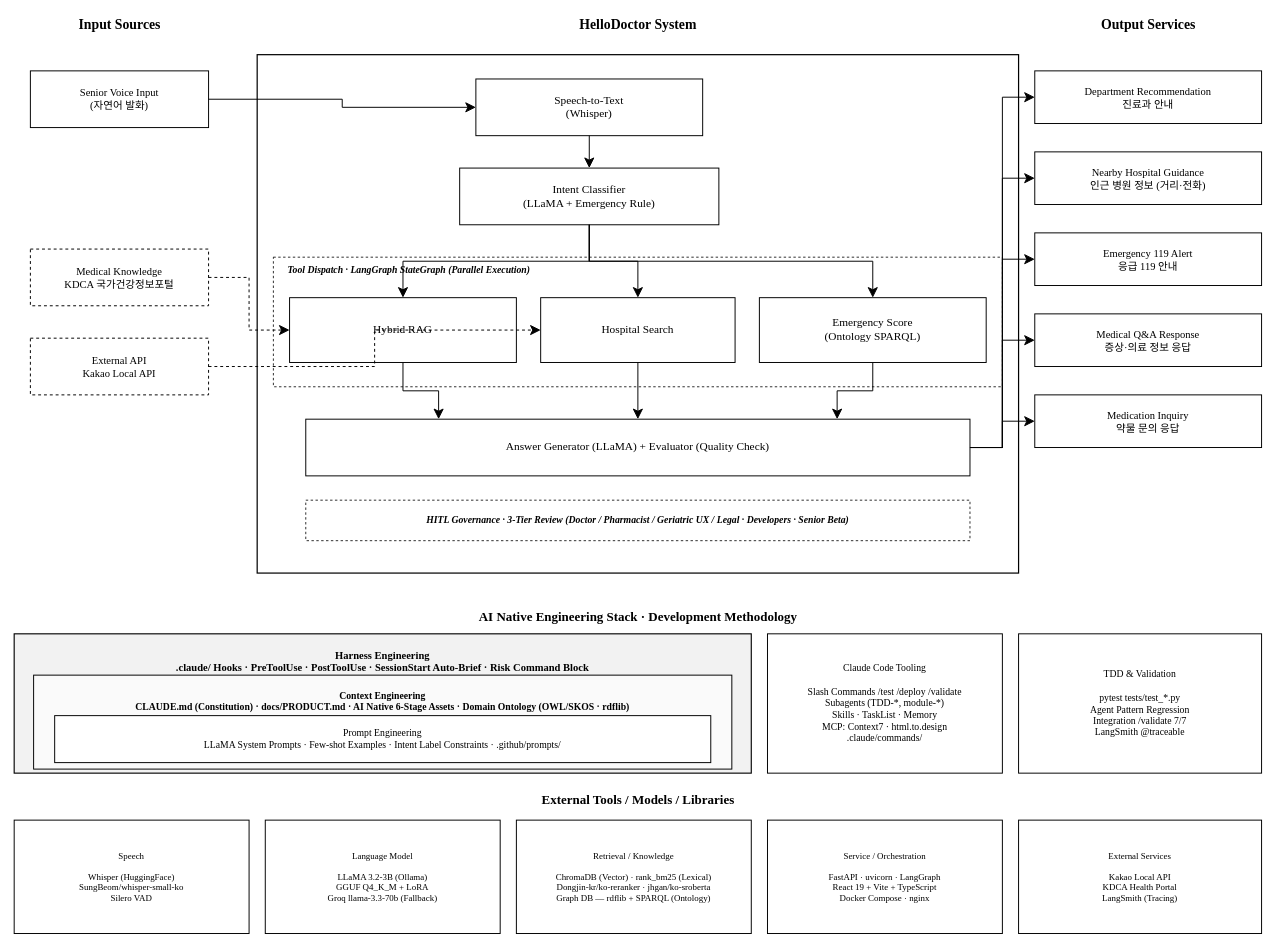
Before: docs/system_architecture.drawio in lg-hellovision-dx-data-school/LGHelloDoctor, a draw.io diagram. Source tidied: cells renumbered, new cells numbered last; positions are measured from the earlier drawing's top-left corner, leaving out a move shared by most shapes. Both pictures are drawn from the tidied source at 81%, with x=0, y=0 at pixel (14, 14).
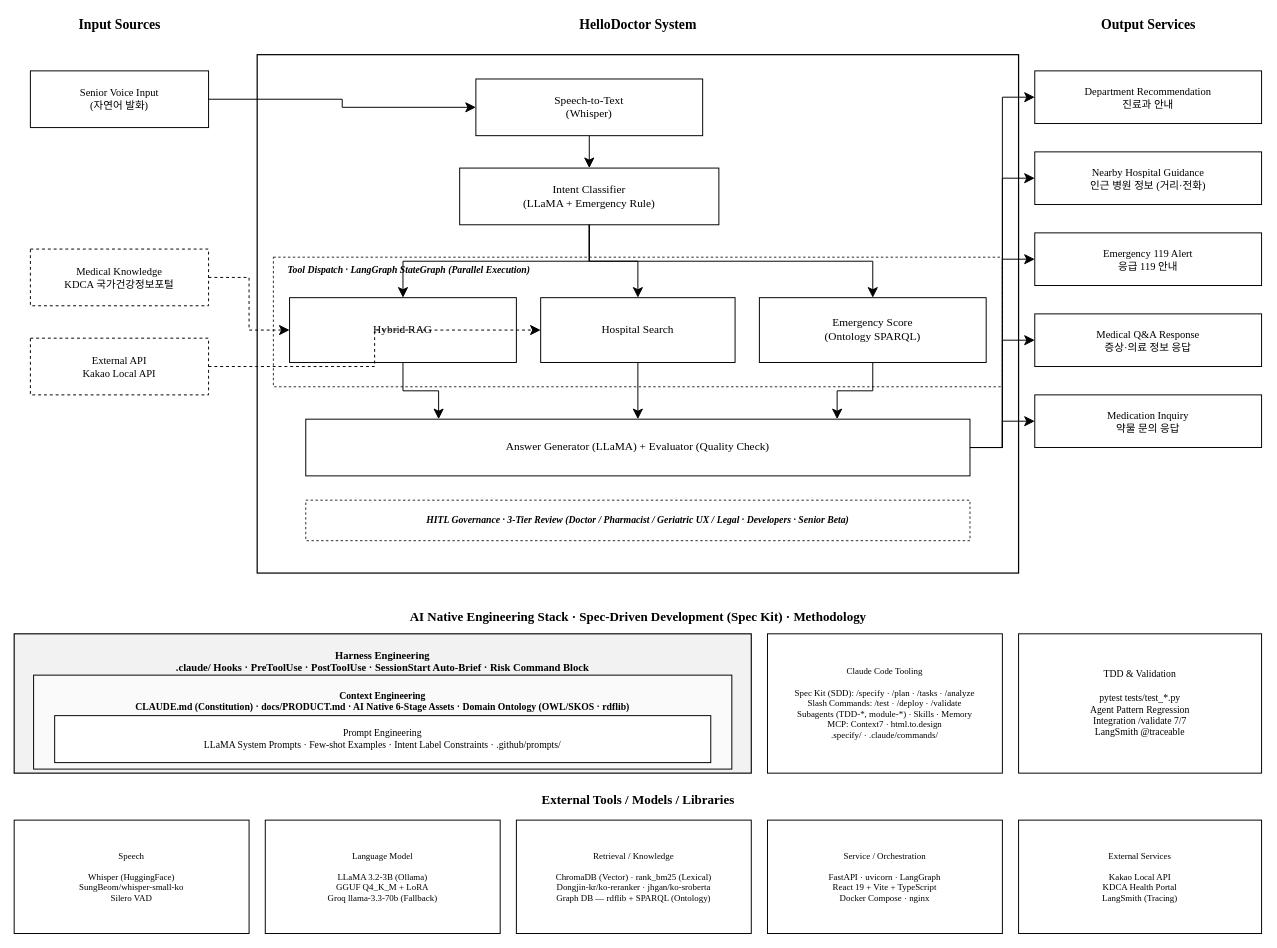
The same diagram, later.

Commit message (it also covers changes not shown here):
docs: 아키텍처에 Spec Kit(SDD) 반영

- system_architecture.drawio: Claude Code Tooling 박스에 Spec Kit(/specify·/plan·/tasks·/analyze) + 엔지니어링 스택 헤더에 Spec-Driven Development 표기
- dev-environment.md: AI 개발 도구에 Spec Kit 배지 + 명세 주도 개발(SDD) 워크플로우 노트

The edit, as a diff of the source:
```diff
@@
-    <mxCell id="38" value="AI Native Engineering Stack  ·  Development Methodology" style="text;html=1;align=center;verticalAlign=middle;fontSize=16;fontStyle=1;fontFamily=Times New Roman;fontColor=#000000;" parent="1" vertex="1">
+    <mxCell id="38" value="AI Native Engineering Stack  ·  Spec-Driven Development (Spec Kit)  ·  Methodology" style="text;html=1;align=center;verticalAlign=middle;fontSize=16;fontStyle=1;fontFamily=Times New Roman;fontColor=#000000;" parent="1" vertex="1">
       <mxGeometry y="730" width="1540" height="28" as="geometry" />
     </mxCell>
@@
-    <mxCell id="42" value="Claude Code Tooling&#10;&#10;Slash Commands  /test  /deploy  /validate&#10;Subagents (TDD-*, module-*)&#10;Skills · TaskList · Memory&#10;MCP: Context7 · html.to.design&#10;.claude/commands/" style="rounded=0;whiteSpace=wrap;html=1;fillColor=#FFFFFF;strokeColor=#000000;fontSize=12;align=center;fontFamily=Times New Roman;fontColor=#000000;strokeWidth=1.2;spacing=6;" parent="1" vertex="1">
+    <mxCell id="42" value="Claude Code Tooling&#10;&#10;Spec Kit (SDD): /specify · /plan · /tasks · /analyze&#10;Slash Commands: /test · /deploy · /validate&#10;Subagents (TDD-*, module-*) · Skills · Memory&#10;MCP: Context7 · html.to.design&#10;.specify/ · .claude/commands/" style="rounded=0;whiteSpace=wrap;html=1;fillColor=#FFFFFF;strokeColor=#000000;fontSize=11;align=center;fontFamily=Times New Roman;fontColor=#000000;strokeWidth=1.2;spacing=6;" parent="1" vertex="1">
       <mxGeometry x="930" y="765" width="290" height="172" as="geometry" />
     </mxCell>
```
